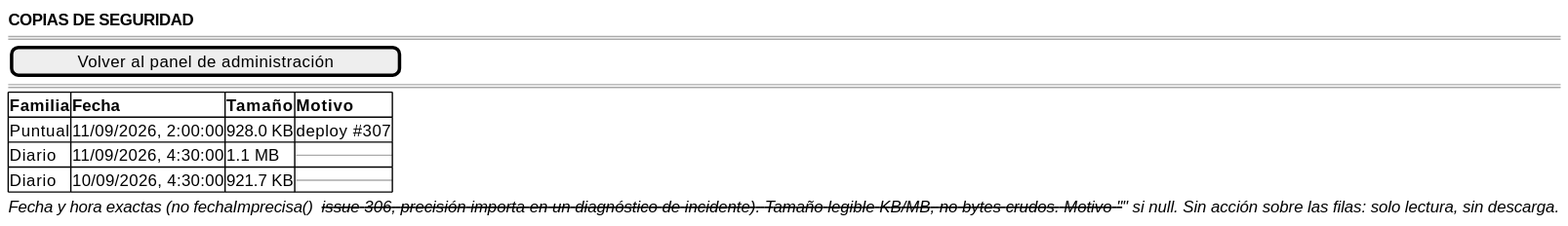
The PlantUML diagram images/RUP/01-requisitos/03-detalle-casos-uso/consultarCopiasSeguridad/wireframe.svg in mmasias/pyCeldaPublico, before a commit. The source it was exported from:
```plantuml
@startsalt consultarCopiasSeguridad-wireframe
{
    <b>COPIAS DE SEGURIDAD</b>
    ====
    [ Volver al panel de administración ]
    ====
    {#
        <b>Familia | <b>Fecha | <b>Tamaño | <b>Motivo
        Puntual | 11/09/2026, 2:00:00 | 928.0 KB | deploy #307
        Diario  | 11/09/2026, 4:30:00 | 1.1 MB   | --
        Diario  | 10/09/2026, 4:30:00 | 921.7 KB | --
    }
    <i>Fecha y hora exactas (no fechaImprecisa() -- issue 306, precisión importa en un diagnóstico de incidente). Tamaño legible KB/MB, no bytes crudos. Motivo "--" si null. Sin acción sobre las filas: solo lectura, sin descarga.</i>
}
@endsalt
```
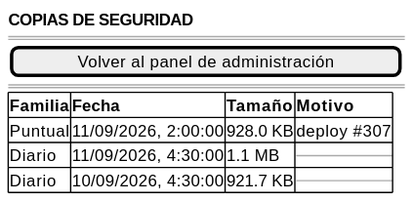
After the change.

The edit, as a diff of the source:
```diff
@@ -10,6 +10,5 @@
         Diario  | 11/09/2026, 4:30:00 | 1.1 MB   | --
         Diario  | 10/09/2026, 4:30:00 | 921.7 KB | --
     }
-    <i>Fecha y hora exactas (no fechaImprecisa() -- issue 306, precisión importa en un diagnóstico de incidente). Tamaño legible KB/MB, no bytes crudos. Motivo "--" si null. Sin acción sobre las filas: solo lectura, sin descarga.</i>
 }
 @endsalt
```
